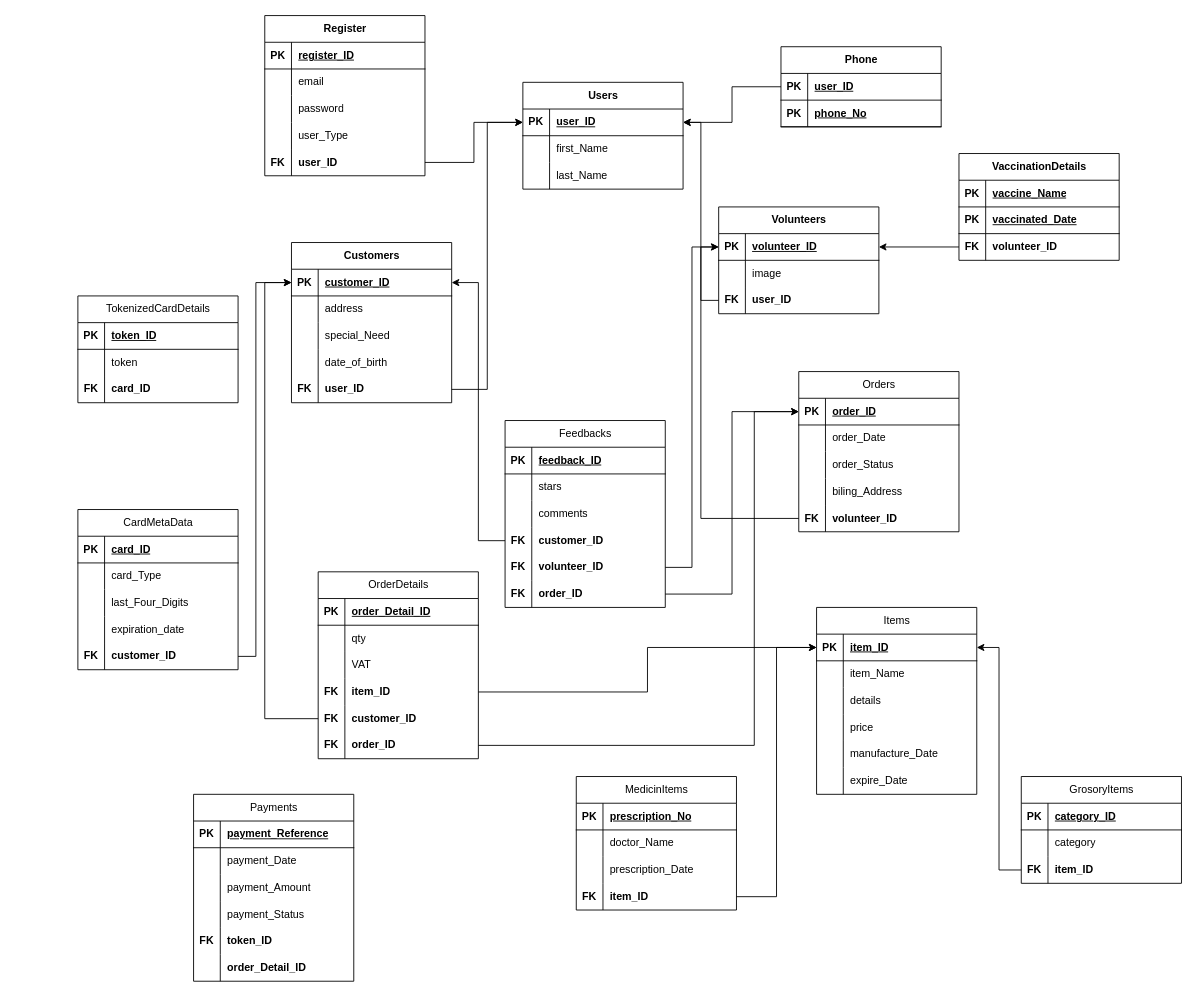
The draw.io diagram System Analysis and Design ER Diagram.drawio in AnjeloM/AnjeloM, before the edit. Source tidied: cells renumbered, new cells numbered last; positions are measured from the earlier drawing's top-left corner, leaving out a move shared by most shapes. Both pictures are drawn from the tidied source at 89%, with x=0, y=0 at pixel (77, 15).
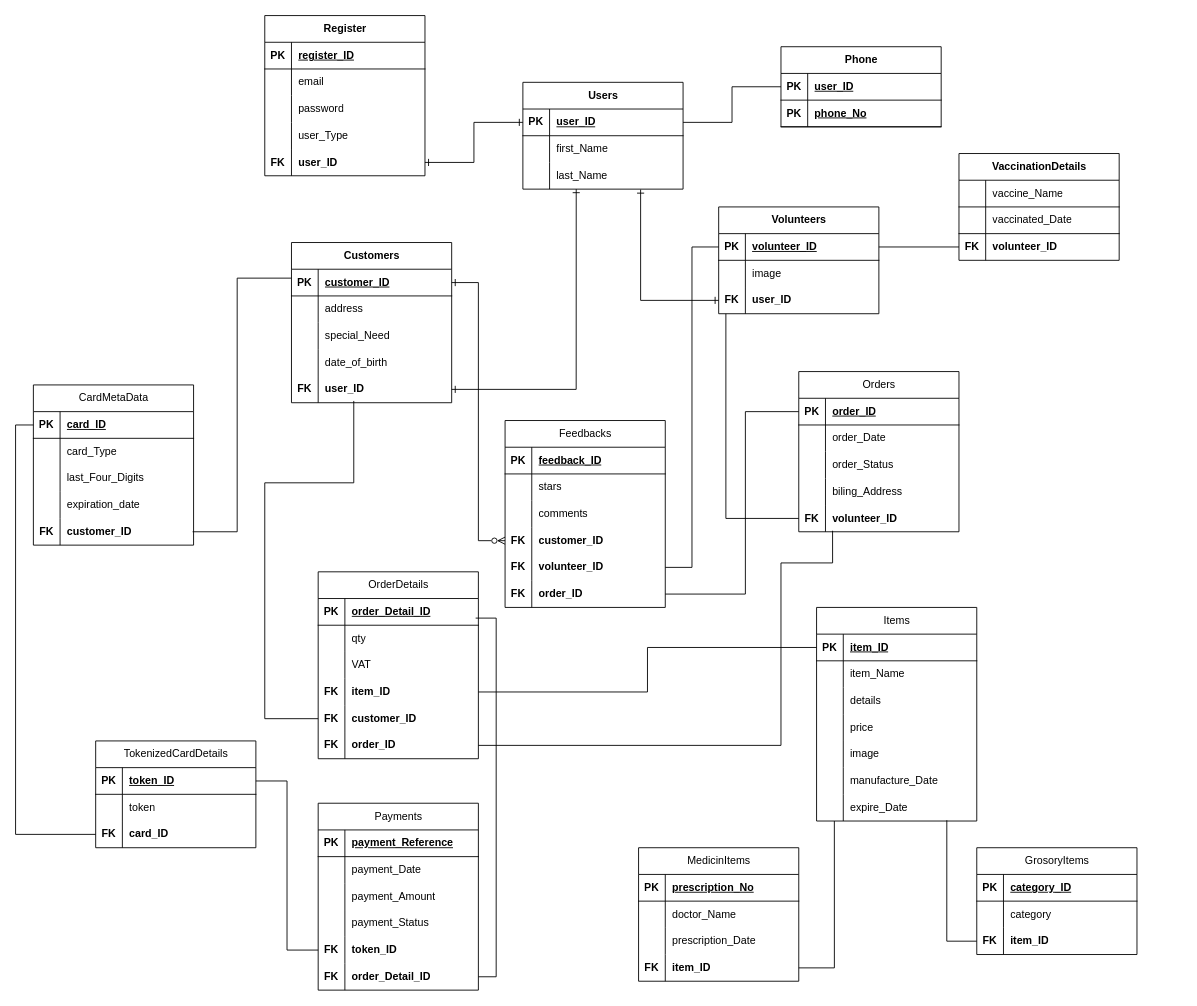
The same diagram, later.

Unchanged cells that the change refers to:
```xml
<mxCell id="3" style="shape=tableRow;horizontal=0;startSize=0;swimlaneHead=0;swimlaneBody=0;fillColor=none;points=[[0,0.5],[1,0.5]];portConstraint=eastwest;top=0;left=0;right=0;bottom=1;" parent="2" vertex="1">
<mxCell id="9" style="shape=tableRow;horizontal=0;startSize=0;swimlaneHead=0;swimlaneBody=0;fillColor=none;points=[[0,0.5],[1,0.5]];portConstraint=eastwest;top=0;left=0;right=0;bottom=0;" parent="2" vertex="1">
<mxCell id="13" style="shape=tableRow;horizontal=0;startSize=0;swimlaneHead=0;swimlaneBody=0;fillColor=none;points=[[0,0.5],[1,0.5]];portConstraint=eastwest;top=0;left=0;right=0;bottom=1;" parent="12" vertex="1">
<mxCell id="32" style="shape=tableRow;horizontal=0;startSize=0;swimlaneHead=0;swimlaneBody=0;fillColor=none;points=[[0,0.5],[1,0.5]];portConstraint=eastwest;top=0;left=0;right=0;bottom=0;" parent="19" vertex="1">
<mxCell id="36" style="shape=tableRow;horizontal=0;startSize=0;swimlaneHead=0;swimlaneBody=0;fillColor=none;points=[[0,0.5],[1,0.5]];portConstraint=eastwest;top=0;left=0;right=0;bottom=1;" parent="35" vertex="1">
<mxCell id="48" style="shape=tableRow;horizontal=0;startSize=0;swimlaneHead=0;swimlaneBody=0;fillColor=none;points=[[0,0.5],[1,0.5]];portConstraint=eastwest;top=0;left=0;right=0;bottom=0;" parent="35" vertex="1">
<mxCell id="52" style="shape=tableRow;horizontal=0;startSize=0;swimlaneHead=0;swimlaneBody=0;fillColor=none;points=[[0,0.5],[1,0.5]];portConstraint=eastwest;top=0;left=0;right=0;bottom=1;" parent="51" vertex="1">
<mxCell id="58" style="shape=tableRow;horizontal=0;startSize=0;swimlaneHead=0;swimlaneBody=0;fillColor=none;points=[[0,0.5],[1,0.5]];portConstraint=eastwest;top=0;left=0;right=0;bottom=0;" parent="51" vertex="1">
<mxCell id="62" style="shape=tableRow;horizontal=0;startSize=0;swimlaneHead=0;swimlaneBody=0;fillColor=none;top=0;left=0;right=0;bottom=1;" parent="61" vertex="1">
<mxCell id="65" style="shape=tableRow;horizontal=0;startSize=0;swimlaneHead=0;swimlaneBody=0;fillColor=none;top=0;left=0;right=0;bottom=1;fontStyle=0;" parent="61" vertex="1">
<mxCell id="68" style="shape=tableRow;horizontal=0;startSize=0;swimlaneHead=0;swimlaneBody=0;fillColor=none;points=[[0,0.5],[1,0.5]];portConstraint=eastwest;top=0;left=0;right=0;bottom=0;" parent="61" vertex="1">
<mxCell id="72" style="shape=tableRow;horizontal=0;startSize=0;swimlaneHead=0;swimlaneBody=0;fillColor=none;points=[[0,0.5],[1,0.5]];portConstraint=eastwest;top=0;left=0;right=0;bottom=1;" parent="71" vertex="1">
<mxCell id="78" style="shape=tableRow;horizontal=0;startSize=0;swimlaneHead=0;swimlaneBody=0;fillColor=none;points=[[0,0.5],[1,0.5]];portConstraint=eastwest;top=0;left=0;right=0;bottom=0;" parent="71" vertex="1">
<mxCell id="82" style="shape=tableRow;horizontal=0;startSize=0;swimlaneHead=0;swimlaneBody=0;fillColor=none;points=[[0,0.5],[1,0.5]];portConstraint=eastwest;top=0;left=0;right=0;bottom=1;" parent="81" vertex="1">
<mxCell id="94" style="shape=tableRow;horizontal=0;startSize=0;swimlaneHead=0;swimlaneBody=0;fillColor=none;points=[[0,0.5],[1,0.5]];portConstraint=eastwest;top=0;left=0;right=0;bottom=0;" parent="81" vertex="1">
<mxCell id="107" style="shape=tableRow;horizontal=0;startSize=0;swimlaneHead=0;swimlaneBody=0;fillColor=none;points=[[0,0.5],[1,0.5]];portConstraint=eastwest;top=0;left=0;right=0;bottom=0;" parent="97" vertex="1">
<mxCell id="110" style="shape=tableRow;horizontal=0;startSize=0;swimlaneHead=0;swimlaneBody=0;fillColor=none;points=[[0,0.5],[1,0.5]];portConstraint=eastwest;top=0;left=0;right=0;bottom=0;" parent="97" vertex="1">
<mxCell id="113" style="shape=tableRow;horizontal=0;startSize=0;swimlaneHead=0;swimlaneBody=0;fillColor=none;points=[[0,0.5],[1,0.5]];portConstraint=eastwest;top=0;left=0;right=0;bottom=0;" parent="97" vertex="1">
<mxCell id="117" style="shape=tableRow;horizontal=0;startSize=0;swimlaneHead=0;swimlaneBody=0;fillColor=none;points=[[0,0.5],[1,0.5]];portConstraint=eastwest;top=0;left=0;right=0;bottom=1;" parent="116" vertex="1">
<mxCell id="142" style="shape=tableRow;horizontal=0;startSize=0;swimlaneHead=0;swimlaneBody=0;fillColor=none;points=[[0,0.5],[1,0.5]];portConstraint=eastwest;top=0;left=0;right=0;bottom=0;" parent="135" vertex="1">
<mxCell id="155" style="shape=tableRow;horizontal=0;startSize=0;swimlaneHead=0;swimlaneBody=0;fillColor=none;points=[[0,0.5],[1,0.5]];portConstraint=eastwest;top=0;left=0;right=0;bottom=0;" parent="145" vertex="1">
<mxCell id="159" style="shape=tableRow;horizontal=0;startSize=0;swimlaneHead=0;swimlaneBody=0;fillColor=none;points=[[0,0.5],[1,0.5]];portConstraint=eastwest;top=0;left=0;right=0;bottom=1;" parent="158" vertex="1">
<mxCell id="171" style="shape=tableRow;horizontal=0;startSize=0;swimlaneHead=0;swimlaneBody=0;fillColor=none;points=[[0,0.5],[1,0.5]];portConstraint=eastwest;top=0;left=0;right=0;bottom=0;" parent="158" vertex="1">
<mxCell id="187" style="shape=tableRow;horizontal=0;startSize=0;swimlaneHead=0;swimlaneBody=0;fillColor=none;points=[[0,0.5],[1,0.5]];portConstraint=eastwest;top=0;left=0;right=0;bottom=0;" parent="174" vertex="1">
<mxCell id="190" style="shape=tableRow;horizontal=0;startSize=0;swimlaneHead=0;swimlaneBody=0;fillColor=none;points=[[0,0.5],[1,0.5]];portConstraint=eastwest;top=0;left=0;right=0;bottom=0;" parent="174" vertex="1">
<mxCell id="194" style="shape=tableRow;horizontal=0;startSize=0;swimlaneHead=0;swimlaneBody=0;fillColor=none;points=[[0,0.5],[1,0.5]];portConstraint=eastwest;top=0;left=0;right=0;bottom=1;" parent="193" vertex="1">
<mxCell id="203" style="shape=tableRow;horizontal=0;startSize=0;swimlaneHead=0;swimlaneBody=0;fillColor=none;points=[[0,0.5],[1,0.5]];portConstraint=eastwest;top=0;left=0;right=0;bottom=0;" parent="193" vertex="1">
<mxCell id="206" style="shape=tableRow;horizontal=0;startSize=0;swimlaneHead=0;swimlaneBody=0;fillColor=none;points=[[0,0.5],[1,0.5]];portConstraint=eastwest;top=0;left=0;right=0;bottom=0;" parent="193" vertex="1">
<mxCell id="209" style="shape=tableRow;horizontal=0;startSize=0;swimlaneHead=0;swimlaneBody=0;fillColor=none;points=[[0,0.5],[1,0.5]];portConstraint=eastwest;top=0;left=0;right=0;bottom=0;" parent="193" vertex="1">
```

What changed in the source:
```diff
@@
-    <mxCell id="63" value="PK" style="shape=partialRectangle;fillColor=none;top=0;left=0;bottom=0;right=0;fontStyle=1;overflow=hidden;whiteSpace=wrap;html=1;" parent="62" vertex="1">
+    <mxCell id="63" style="shape=partialRectangle;fillColor=none;top=0;left=0;bottom=0;right=0;fontStyle=0;overflow=hidden;whiteSpace=wrap;html=1;" parent="62" vertex="1">
       <mxGeometry width="30" height="30" as="geometry" />
     </mxCell>
-    <mxCell id="64" value="vaccine_Name" style="shape=partialRectangle;fillColor=none;top=0;left=0;bottom=0;right=0;align=left;spacingLeft=6;fontStyle=5;overflow=hidden;whiteSpace=wrap;html=1;" parent="62" vertex="1">
+    <mxCell id="64" value="vaccine_Name" style="shape=partialRectangle;fillColor=none;top=0;left=0;bottom=0;right=0;align=left;spacingLeft=6;fontStyle=0;overflow=hidden;whiteSpace=wrap;html=1;" parent="62" vertex="1">
       <mxGeometry x="30" width="150" height="30" as="geometry" />
     </mxCell>
@@
-    <mxCell id="66" value="PK" style="shape=partialRectangle;fillColor=none;top=0;left=0;bottom=0;right=0;fontStyle=1;overflow=hidden;whiteSpace=wrap;html=1;" parent="65" vertex="1">
+    <mxCell id="66" style="shape=partialRectangle;fillColor=none;top=0;left=0;bottom=0;right=0;fontStyle=0;overflow=hidden;whiteSpace=wrap;html=1;" parent="65" vertex="1">
       <mxGeometry width="30" height="30" as="geometry" />
     </mxCell>
-    <mxCell id="67" value="&lt;span style=&quot;text-decoration: none;&quot;&gt;&lt;b&gt;vaccinated_Date&lt;/b&gt;&lt;/span&gt;" style="shape=partialRectangle;fillColor=none;top=0;left=0;bottom=0;right=0;align=left;spacingLeft=6;fontStyle=4;overflow=hidden;whiteSpace=wrap;html=1;" parent="65" vertex="1">
+    <mxCell id="67" value="&lt;span style=&quot;&quot;&gt;&lt;span&gt;vaccinated_Date&lt;/span&gt;&lt;/span&gt;" style="shape=partialRectangle;fillColor=none;top=0;left=0;bottom=0;right=0;align=left;spacingLeft=6;fontStyle=0;overflow=hidden;whiteSpace=wrap;html=1;" parent="65" vertex="1">
       <mxGeometry x="30" width="150" height="30" as="geometry" />
     </mxCell>
@@
     <mxCell id="71" value="TokenizedCardDetails" style="shape=table;startSize=30;childLayout=tableLayout;rowLines=0;fontStyle=0;align=center;html=1;" parent="1" vertex="1">
-      <mxGeometry y="315" width="180" height="120" as="geometry" />
+      <mxGeometry x="20" y="815" width="180" height="120" as="geometry" />
     </mxCell>
@@
     <mxCell id="81" value="CardMetaData" style="shape=table;startSize=30;childLayout=tableLayout;rowLines=0;fontStyle=0;align=center;html=1;" parent="1" vertex="1">
-      <mxGeometry y="555" width="180" height="180" as="geometry" />
+      <mxGeometry x="-50" y="415" width="180" height="180" as="geometry" />
     </mxCell>
@@
     <mxCell id="116" value="Items" style="shape=table;startSize=30;childLayout=tableLayout;rowLines=0;fontStyle=0;align=center;html=1;" parent="1" vertex="1">
-      <mxGeometry x="830" y="665" width="180" height="210" as="geometry" />
+      <mxGeometry x="830" y="665" width="180" height="240" as="geometry" />
     </mxCell>
@@
+    <mxCell id="227" style="shape=tableRow;horizontal=0;startSize=0;swimlaneHead=0;swimlaneBody=0;fillColor=none;top=0;left=0;right=0;bottom=0;" parent="116" vertex="1">
+      <mxGeometry y="150" width="180" height="30" as="geometry" />
+    </mxCell>
+    <mxCell id="228" style="shape=partialRectangle;fillColor=none;top=0;left=0;bottom=0;right=0;overflow=hidden;whiteSpace=wrap;html=1;" parent="227" vertex="1">
+      <mxGeometry width="30" height="30" as="geometry" />
+    </mxCell>
+    <mxCell id="229" value="image" style="shape=partialRectangle;fillColor=none;top=0;left=0;bottom=0;right=0;align=left;spacingLeft=6;overflow=hidden;whiteSpace=wrap;html=1;" parent="227" vertex="1">
+      <mxGeometry x="30" width="150" height="30" as="geometry" />
+    </mxCell>
     <mxCell id="129" style="shape=tableRow;horizontal=0;startSize=0;swimlaneHead=0;swimlaneBody=0;fillColor=none;top=0;left=0;right=0;bottom=0;" parent="116" vertex="1">
-      <mxGeometry y="150" width="180" height="30" as="geometry" />
+      <mxGeometry y="180" width="180" height="30" as="geometry" />
     </mxCell>
@@
     <mxCell id="132" style="shape=tableRow;horizontal=0;startSize=0;swimlaneHead=0;swimlaneBody=0;fillColor=none;points=[[0,0.5],[1,0.5]];portConstraint=eastwest;top=0;left=0;right=0;bottom=0;" parent="116" vertex="1">
-      <mxGeometry y="180" width="180" height="30" as="geometry" />
+      <mxGeometry y="210" width="180" height="30" as="geometry" />
     </mxCell>
@@
     <mxCell id="135" value="GrosoryItems" style="shape=table;startSize=30;childLayout=tableLayout;rowLines=0;fontStyle=0;align=center;html=1;" parent="1" vertex="1">
-      <mxGeometry x="1060" y="855" width="180" height="120" as="geometry" />
+      <mxGeometry x="1010" y="935" width="180" height="120" as="geometry" />
     </mxCell>
@@
     <mxCell id="145" value="MedicinItems" style="shape=table;startSize=30;childLayout=tableLayout;rowLines=0;fontStyle=0;align=center;html=1;" parent="1" vertex="1">
-      <mxGeometry x="560" y="855" width="180" height="150" as="geometry" />
+      <mxGeometry x="630" y="935" width="180" height="150" as="geometry" />
     </mxCell>
@@
     <mxCell id="174" value="Payments" style="shape=table;startSize=30;childLayout=tableLayout;rowLines=0;fontStyle=0;align=center;html=1;" parent="1" vertex="1">
-      <mxGeometry x="130" y="875" width="180" height="210" as="geometry" />
+      <mxGeometry x="270" y="885" width="180" height="210" as="geometry" />
     </mxCell>
@@
-    <mxCell id="191" style="shape=partialRectangle;fillColor=none;top=0;left=0;bottom=0;right=0;overflow=hidden;whiteSpace=wrap;html=1;fontStyle=1;" parent="190" vertex="1">
+    <mxCell id="191" value="FK" style="shape=partialRectangle;fillColor=none;top=0;left=0;bottom=0;right=0;overflow=hidden;whiteSpace=wrap;html=1;fontStyle=1;" parent="190" vertex="1">
       <mxGeometry width="30" height="30" as="geometry" />
     </mxCell>
@@
-    <mxCell id="212" style="edgeStyle=orthogonalEdgeStyle;rounded=0;jettySize=auto;html=1;entryX=0;entryY=0.5;entryDx=0;entryDy=0;" parent="1" edge="1" source="48" target="3">
+    <mxCell id="212" style="edgeStyle=orthogonalEdgeStyle;rounded=0;jettySize=auto;html=1;entryX=0.333;entryY=1;entryDx=0;entryDy=0;entryPerimeter=0;endArrow=ERone;endFill=0;startArrow=ERone;startFill=0;" parent="1" edge="1" source="48" target="9">
       <mxGeometry relative="1" as="geometry" />
     </mxCell>
-    <mxCell id="213" style="edgeStyle=orthogonalEdgeStyle;rounded=0;jettySize=auto;html=1;entryX=1;entryY=0.5;entryDx=0;entryDy=0;" parent="1" edge="1" source="58" target="3">
+    <mxCell id="213" style="edgeStyle=orthogonalEdgeStyle;rounded=0;jettySize=auto;html=1;entryX=0.735;entryY=1.017;entryDx=0;entryDy=0;entryPerimeter=0;endArrow=ERone;endFill=0;startArrow=ERone;startFill=0;" parent="1" edge="1" source="58" target="9">
       <mxGeometry relative="1" as="geometry" />
     </mxCell>
-    <mxCell id="214" style="edgeStyle=orthogonalEdgeStyle;rounded=0;jettySize=auto;html=1;entryX=1;entryY=0.5;entryDx=0;entryDy=0;" parent="1" edge="1" source="13" target="3">
+    <mxCell id="214" style="edgeStyle=orthogonalEdgeStyle;rounded=0;jettySize=auto;html=1;entryX=1;entryY=0.5;entryDx=0;entryDy=0;endArrow=none;endFill=0;" parent="1" edge="1" source="13" target="3">
       <mxGeometry relative="1" as="geometry" />
     </mxCell>
-    <mxCell id="215" style="edgeStyle=orthogonalEdgeStyle;rounded=0;jettySize=auto;html=1;entryX=0;entryY=0.5;entryDx=0;entryDy=0;" parent="1" edge="1" source="32" target="3">
+    <mxCell id="215" style="edgeStyle=orthogonalEdgeStyle;rounded=0;jettySize=auto;html=1;entryX=0;entryY=0.5;entryDx=0;entryDy=0;endArrow=ERone;endFill=0;startArrow=ERone;startFill=0;" parent="1" edge="1" source="32" target="3">
       <mxGeometry relative="1" as="geometry" />
     </mxCell>
-    <mxCell id="216" style="edgeStyle=orthogonalEdgeStyle;rounded=0;jettySize=auto;html=1;entryX=1;entryY=0.5;entryDx=0;entryDy=0;" parent="1" edge="1" source="68" target="52">
+    <mxCell id="216" style="edgeStyle=orthogonalEdgeStyle;rounded=0;jettySize=auto;html=1;entryX=1;entryY=0.5;entryDx=0;entryDy=0;endArrow=none;endFill=0;" parent="1" edge="1" source="68" target="52">
       <mxGeometry relative="1" as="geometry" />
     </mxCell>
-    <mxCell id="217" style="edgeStyle=orthogonalEdgeStyle;rounded=0;jettySize=auto;html=1;entryX=0;entryY=0.5;entryDx=0;entryDy=0;" parent="1" edge="1" source="155" target="117">
+    <mxCell id="217" style="edgeStyle=orthogonalEdgeStyle;rounded=0;jettySize=auto;html=1;entryX=0.111;entryY=1;entryDx=0;entryDy=0;entryPerimeter=0;endArrow=none;endFill=0;" parent="1" edge="1" source="155" target="132">
       <mxGeometry relative="1" as="geometry" />
     </mxCell>
-    <mxCell id="218" style="edgeStyle=orthogonalEdgeStyle;rounded=0;jettySize=auto;html=1;entryX=0;entryY=0.5;entryDx=0;entryDy=0;" parent="1" edge="1" source="171" target="52">
+    <mxCell id="218" style="edgeStyle=orthogonalEdgeStyle;rounded=0;jettySize=auto;html=1;entryX=0.045;entryY=1.002;entryDx=0;entryDy=0;entryPerimeter=0;endArrow=none;endFill=0;" parent="1" edge="1" source="171" target="58">
       <mxGeometry relative="1" as="geometry">
         <Array as="points">
-          <mxPoint x="700" y="565" />
-          <mxPoint x="700" y="260" />
+          <mxPoint x="728" y="565" />
         </Array>
       </mxGeometry>
     </mxCell>
-    <mxCell id="219" style="edgeStyle=orthogonalEdgeStyle;rounded=0;jettySize=auto;html=1;entryX=1;entryY=0.5;entryDx=0;entryDy=0;" parent="1" edge="1" source="107" target="36">
+    <mxCell id="219" style="edgeStyle=orthogonalEdgeStyle;rounded=0;jettySize=auto;html=1;entryX=1;entryY=0.5;entryDx=0;entryDy=0;endArrow=ERone;endFill=0;startArrow=ERzeroToMany;startFill=0;" parent="1" edge="1" source="107" target="36">
       <mxGeometry relative="1" as="geometry" />
     </mxCell>
-    <mxCell id="220" style="edgeStyle=orthogonalEdgeStyle;rounded=0;jettySize=auto;html=1;" parent="1" edge="1" source="110" target="52">
+    <mxCell id="220" style="edgeStyle=orthogonalEdgeStyle;rounded=0;jettySize=auto;html=1;endArrow=none;endFill=0;" parent="1" edge="1" source="110" target="52">
       <mxGeometry relative="1" as="geometry" />
     </mxCell>
-    <mxCell id="221" style="edgeStyle=orthogonalEdgeStyle;rounded=0;jettySize=auto;html=1;" parent="1" edge="1" source="113" target="159">
-      <mxGeometry relative="1" as="geometry" />
+    <mxCell id="221" style="edgeStyle=orthogonalEdgeStyle;rounded=0;jettySize=auto;html=1;endArrow=none;endFill=0;" parent="1" edge="1" source="113" target="159">
+      <mxGeometry relative="1" as="geometry">
+        <Array as="points">
+          <mxPoint x="750" y="650" />
+          <mxPoint x="750" y="445" />
+        </Array>
+      </mxGeometry>
     </mxCell>
-    <mxCell id="222" style="edgeStyle=orthogonalEdgeStyle;rounded=0;jettySize=auto;html=1;" parent="1" edge="1" source="203" target="117">
+    <mxCell id="222" style="edgeStyle=orthogonalEdgeStyle;rounded=0;jettySize=auto;html=1;endArrow=none;endFill=0;" parent="1" edge="1" source="203" target="117">
       <mxGeometry relative="1" as="geometry" />
     </mxCell>
-    <mxCell id="223" style="edgeStyle=orthogonalEdgeStyle;rounded=0;jettySize=auto;html=1;" parent="1" edge="1" source="206" target="36">
+    <mxCell id="223" style="edgeStyle=orthogonalEdgeStyle;rounded=0;jettySize=auto;html=1;endArrow=none;endFill=0;" parent="1" edge="1" source="206">
       <mxGeometry relative="1" as="geometry">
+        <mxPoint x="310" y="433" as="targetPoint" />
         <Array as="points">
           <mxPoint x="210" y="790" />
-          <mxPoint x="210" y="300" />
+          <mxPoint x="210" y="525" />
+          <mxPoint x="310" y="525" />
+          <mxPoint x="310" y="433" />
         </Array>
       </mxGeometry>
     </mxCell>
-    <mxCell id="224" style="edgeStyle=orthogonalEdgeStyle;rounded=0;jettySize=auto;html=1;" parent="1" edge="1" source="209" target="159">
+    <mxCell id="224" style="edgeStyle=orthogonalEdgeStyle;rounded=0;jettySize=auto;html=1;entryX=0.211;entryY=0.962;entryDx=0;entryDy=0;entryPerimeter=0;endArrow=none;endFill=0;" parent="1" edge="1" source="209" target="171">
       <mxGeometry relative="1" as="geometry">
         <Array as="points">
-          <mxPoint x="760" y="820" />
-          <mxPoint x="760" y="445" />
+          <mxPoint x="790" y="820" />
+          <mxPoint x="790" y="615" />
+          <mxPoint x="848" y="615" />
         </Array>
       </mxGeometry>
     </mxCell>
-    <mxCell id="225" style="edgeStyle=orthogonalEdgeStyle;rounded=0;jettySize=auto;html=1;" parent="1" edge="1" source="142" target="117">
+    <mxCell id="225" style="edgeStyle=orthogonalEdgeStyle;rounded=0;jettySize=auto;html=1;entryX=0.813;entryY=0.971;entryDx=0;entryDy=0;entryPerimeter=0;endArrow=none;endFill=0;" parent="1" edge="1" source="142" target="132">
       <mxGeometry relative="1" as="geometry" />
     </mxCell>
-    <mxCell id="226" style="edgeStyle=orthogonalEdgeStyle;rounded=0;jettySize=auto;html=1;" parent="1" edge="1" source="94" target="36">
+    <mxCell id="226" style="edgeStyle=orthogonalEdgeStyle;rounded=0;orthogonalLoop=1;jettySize=auto;html=1;endArrow=none;endFill=0;" parent="1" edge="1">
       <mxGeometry relative="1" as="geometry">
+        <mxPoint x="128.9" y="580" as="sourcePoint" />
+        <mxPoint x="240" y="295" as="targetPoint" />
         <Array as="points">
-          <mxPoint x="200" y="720" />
-          <mxPoint x="200" y="300" />
+          <mxPoint x="179" y="580" />
+          <mxPoint x="179" y="295" />
+          <mxPoint x="240" y="295" />
         </Array>
       </mxGeometry>
     </mxCell>
+    <mxCell id="230" style="edgeStyle=orthogonalEdgeStyle;rounded=0;jettySize=auto;html=1;entryX=0;entryY=0.5;entryDx=0;entryDy=0;endArrow=none;endFill=0;" parent="1" edge="1" source="78" target="82">
+      <mxGeometry relative="1" as="geometry" />
+    </mxCell>
+    <mxCell id="231" style="edgeStyle=orthogonalEdgeStyle;rounded=0;jettySize=auto;html=1;entryX=1;entryY=0.5;entryDx=0;entryDy=0;endArrow=none;endFill=0;" parent="1" edge="1" source="187" target="72">
+      <mxGeometry relative="1" as="geometry" />
+    </mxCell>
+    <mxCell id="232" style="edgeStyle=orthogonalEdgeStyle;rounded=0;jettySize=auto;html=1;entryX=0.983;entryY=0.733;entryDx=0;entryDy=0;entryPerimeter=0;endArrow=none;endFill=0;" parent="1" edge="1" source="190" target="194">
+      <mxGeometry relative="1" as="geometry">
+        <Array as="points">
+          <mxPoint x="470" y="1080" />
+          <mxPoint x="470" y="677" />
+        </Array>
+      </mxGeometry>
+    </mxCell>
```
